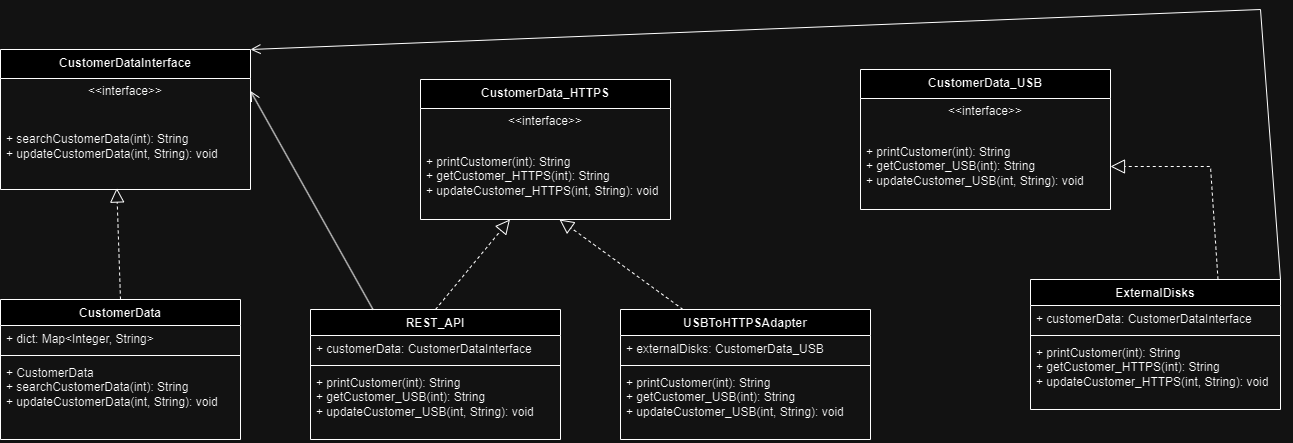
This is BU MET CS 665 Assignment 4.drawio.png from shiddharthsaran/cs-665-assignment-4, a draw.io export, as it was before one commit. Source tidied: cells renumbered, new cells last; positions are measured from the earlier drawing's top-left corner, leaving out a move shared by most shapes.
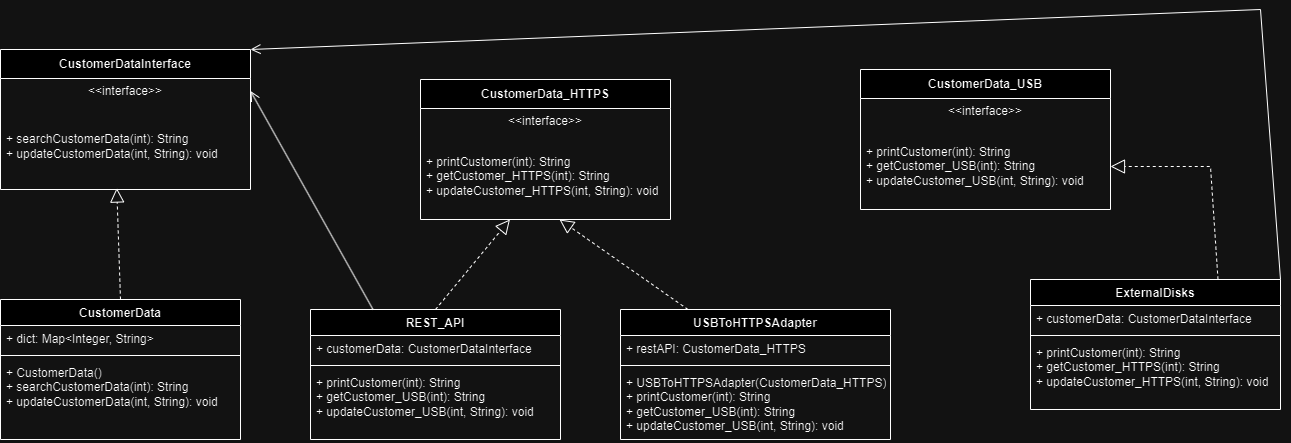
Later version of the same file.

Commit message:
uml diagram update

What changed in the source:
```diff
@@ -11,7 +11,7 @@
     <mxCell id="4" style="line;strokeWidth=1;fillColor=none;align=left;verticalAlign=middle;spacingTop=-1;spacingLeft=3;spacingRight=3;labelPosition=right;strokeColor=inherit;" parent="2" vertex="1">
       <mxGeometry y="52" width="240" height="8" as="geometry" />
     </mxCell>
-    <mxCell id="5" value="+&amp;nbsp;CustomerData&lt;div&gt;+&amp;nbsp;searchCustomerData(int): String&lt;/div&gt;&lt;div&gt;+&amp;nbsp;updateCustomerData(int, String): void&lt;/div&gt;" style="text;strokeColor=none;fillColor=none;align=left;verticalAlign=top;spacingLeft=4;spacingRight=4;overflow=hidden;whiteSpace=wrap;html=1;" parent="2" vertex="1">
+    <mxCell id="5" value="+&amp;nbsp;CustomerData()&lt;div&gt;+&amp;nbsp;searchCustomerData(int): String&lt;/div&gt;&lt;div&gt;+&amp;nbsp;updateCustomerData(int, String): void&lt;/div&gt;" style="text;strokeColor=none;fillColor=none;align=left;verticalAlign=top;spacingLeft=4;spacingRight=4;overflow=hidden;whiteSpace=wrap;html=1;" parent="2" vertex="1">
       <mxGeometry y="60" width="240" height="80" as="geometry" />
     </mxCell>
     <mxCell id="6" value="CustomerData_HTTPS" style="swimlane;fontStyle=1;align=center;verticalAlign=middle;horizontal=1;startSize=29;html=1;whiteSpace=wrap;" parent="1" vertex="1">
@@ -66,16 +66,16 @@
       <mxGeometry y="60" width="250" height="70" as="geometry" />
     </mxCell>
     <mxCell id="23" value="USBToHTTPSAdapter" style="swimlane;fontStyle=1;align=center;verticalAlign=top;horizontal=1;startSize=26;whiteSpace=wrap;html=1;" parent="1" vertex="1">
-      <mxGeometry x="620" y="300" width="250" height="130" as="geometry" />
+      <mxGeometry x="620" y="300" width="270" height="130" as="geometry" />
     </mxCell>
-    <mxCell id="24" value="+ externalDisks:&amp;nbsp;CustomerData_USB" style="text;strokeColor=none;fillColor=none;align=left;verticalAlign=top;spacingLeft=4;spacingRight=4;overflow=hidden;whiteSpace=wrap;html=1;" parent="23" vertex="1">
-      <mxGeometry y="26" width="250" height="26" as="geometry" />
+    <mxCell id="24" value="+ restAPI:&amp;nbsp;CustomerData_HTTPS" style="text;strokeColor=none;fillColor=none;align=left;verticalAlign=top;spacingLeft=4;spacingRight=4;overflow=hidden;whiteSpace=wrap;html=1;" parent="23" vertex="1">
+      <mxGeometry y="26" width="270" height="26" as="geometry" />
     </mxCell>
     <mxCell id="25" style="line;strokeWidth=1;fillColor=none;align=left;verticalAlign=middle;spacingTop=-1;spacingLeft=3;spacingRight=3;labelPosition=right;strokeColor=inherit;" parent="23" vertex="1">
-      <mxGeometry y="52" width="250" height="8" as="geometry" />
+      <mxGeometry y="52" width="270" height="8" as="geometry" />
     </mxCell>
-    <mxCell id="26" value="+&amp;nbsp;printCustomer(int): String&lt;div&gt;+&amp;nbsp;getCustomer_USB(int): String&lt;/div&gt;&lt;div&gt;+&amp;nbsp;updateCustomer_USB(int, String): void&lt;/div&gt;" style="text;strokeColor=none;fillColor=none;align=left;verticalAlign=top;spacingLeft=4;spacingRight=4;overflow=hidden;whiteSpace=wrap;html=1;" parent="23" vertex="1">
-      <mxGeometry y="60" width="250" height="70" as="geometry" />
+    <mxCell id="26" value="&lt;div&gt;+&amp;nbsp;USBToHTTPSAdapter(CustomerData_HTTPS)&lt;/div&gt;+&amp;nbsp;printCustomer(int): String&lt;div&gt;+&amp;nbsp;getCustomer_USB(int): String&lt;/div&gt;&lt;div&gt;+&amp;nbsp;updateCustomer_USB(int, String): void&lt;/div&gt;" style="text;strokeColor=none;fillColor=none;align=left;verticalAlign=top;spacingLeft=4;spacingRight=4;overflow=hidden;whiteSpace=wrap;html=1;" parent="23" vertex="1">
+      <mxGeometry y="60" width="270" height="70" as="geometry" />
     </mxCell>
     <mxCell id="27" style="endArrow=block;dashed=1;endFill=0;endSize=12;html=1;rounded=0;exitX=0.5;exitY=0;exitDx=0;exitDy=0;entryX=0.465;entryY=0.983;entryDx=0;entryDy=0;entryPerimeter=0;" parent="1" edge="1" source="2" target="14">
       <mxGeometry relative="1" as="geometry" />
```
